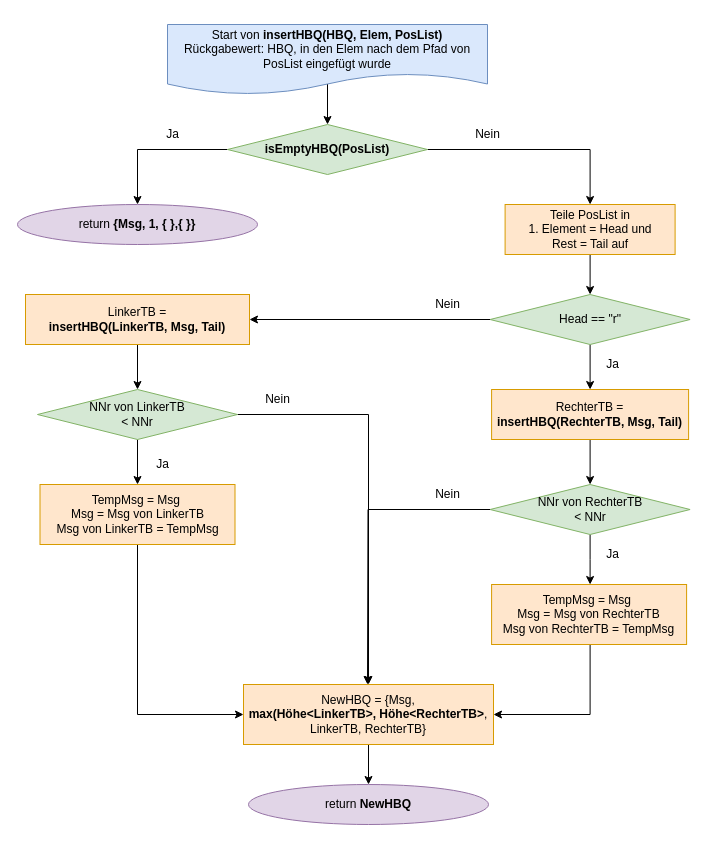
Before: Grafiken:Bilder/draw.io/HBQ/2.1. insertHBQ.drawio in krisschaaf/Hausarbeit_Erlang_Queues, a draw.io diagram. Source tidied: cells renumbered, new cells numbered last; positions are measured from the earlier drawing's top-left corner, leaving out a move shared by most shapes. Both pictures are drawn from the tidied source at 100%, with x=0, y=0 at pixel (17, 24).
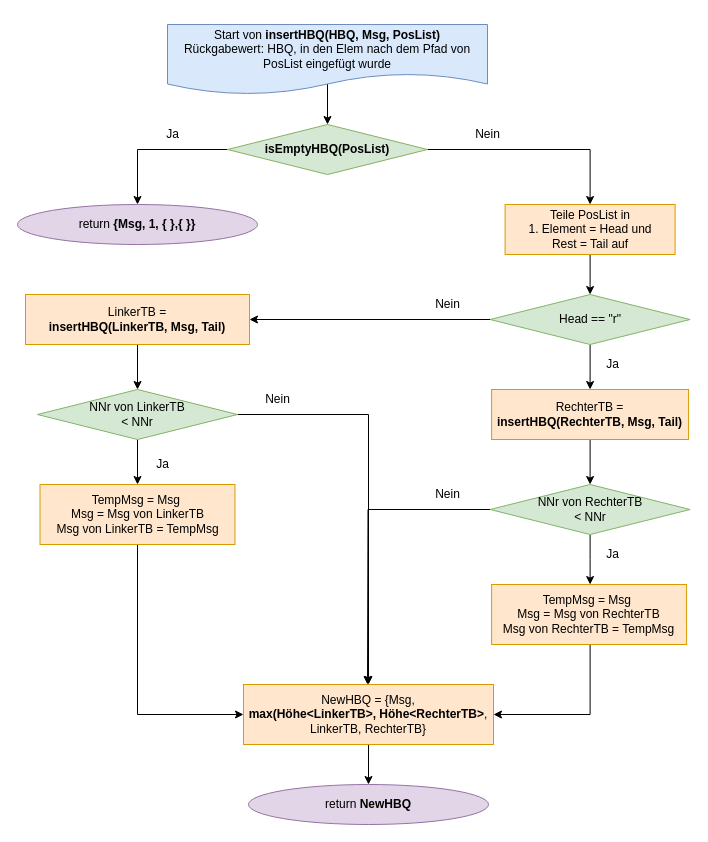
The same page after the edit.

Diff of the diagram source:
```diff
@@
-    <mxCell id="3" value="Start von &lt;b&gt;insertHBQ(HBQ, Elem, PosList)&lt;/b&gt;&lt;br&gt;Rückgabewert: HBQ, in den Elem nach dem Pfad von PosList eingefügt wurde" style="shape=document;whiteSpace=wrap;html=1;boundedLbl=1;fillColor=#dae8fc;strokeColor=#6c8ebf;" parent="1" vertex="1">
+    <mxCell id="3" value="Start von &lt;b&gt;insertHBQ(HBQ, Msg, PosList)&lt;/b&gt;&lt;br&gt;Rückgabewert: HBQ, in den Elem nach dem Pfad von PosList eingefügt wurde" style="shape=document;whiteSpace=wrap;html=1;boundedLbl=1;fillColor=#dae8fc;strokeColor=#6c8ebf;" parent="1" vertex="1">
       <mxGeometry x="150" width="320" height="70" as="geometry" />
     </mxCell>
```
